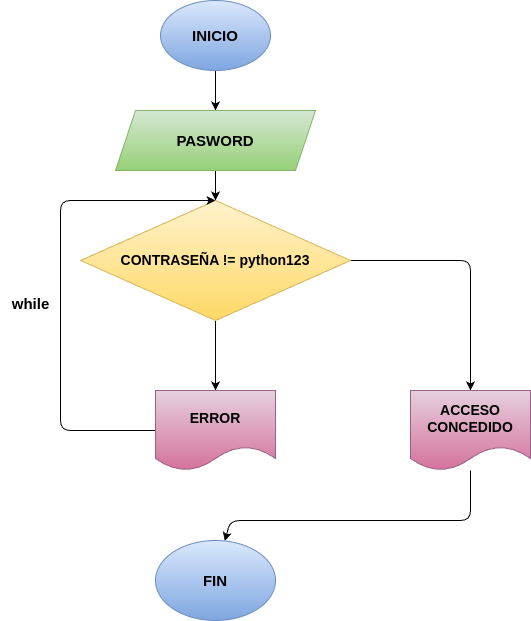
The draw.io diagram Ejercicio_1/diagrama.png in andrespinillacolegioguanenta/INTRUCCIONES_REP, before a commit. Source tidied: cells renumbered, new cells last; positions are measured from the earlier drawing's top-left corner, leaving out a move shared by most shapes. Source of this version:
```xml
<mxGraphModel>
  <root>
    <mxCell id="0" />
    <mxCell id="1" parent="0" />
    <mxCell id="2" style="edgeStyle=none;html=1;" parent="1" edge="1" source="3" target="5">
      <mxGeometry relative="1" as="geometry" />
    </mxCell>
    <mxCell id="3" value="&lt;span&gt;&lt;font&gt;INICIO&lt;/font&gt;&lt;/span&gt;" style="ellipse;whiteSpace=wrap;html=1;fontSize=15;fontStyle=1;fillColor=#dae8fc;gradientColor=#7ea6e0;strokeColor=#6c8ebf;" parent="1" vertex="1">
      <mxGeometry x="160" width="110" height="70" as="geometry" />
    </mxCell>
    <mxCell id="4" style="edgeStyle=none;html=1;" parent="1" edge="1" source="5" target="8">
      <mxGeometry relative="1" as="geometry" />
    </mxCell>
    <mxCell id="5" value="PASWORD" style="shape=parallelogram;perimeter=parallelogramPerimeter;whiteSpace=wrap;html=1;fixedSize=1;fontStyle=1;fontSize=15;fillColor=#d5e8d4;gradientColor=#97d077;strokeColor=#82b366;" parent="1" vertex="1">
      <mxGeometry x="115" y="110" width="200" height="60" as="geometry" />
    </mxCell>
    <mxCell id="6" style="edgeStyle=none;html=1;" parent="1" edge="1" source="8" target="10">
      <mxGeometry relative="1" as="geometry">
        <Array as="points">
          <mxPoint x="470" y="260" />
        </Array>
      </mxGeometry>
    </mxCell>
    <mxCell id="7" style="edgeStyle=none;html=1;" parent="1" edge="1" source="8" target="13">
      <mxGeometry relative="1" as="geometry" />
    </mxCell>
    <mxCell id="8" value="CONTRASEÑA != python123" style="rhombus;whiteSpace=wrap;html=1;fontStyle=1;fontSize=14;fillColor=#fff2cc;gradientColor=#ffd966;strokeColor=#d6b656;" parent="1" vertex="1">
      <mxGeometry x="80" y="200" width="270" height="120" as="geometry" />
    </mxCell>
    <mxCell id="9" style="edgeStyle=none;html=1;" parent="1" edge="1" source="10" target="11">
      <mxGeometry relative="1" as="geometry">
        <Array as="points">
          <mxPoint x="470" y="520" />
          <mxPoint x="230" y="520" />
        </Array>
      </mxGeometry>
    </mxCell>
    <mxCell id="10" value="ACCESO CONCEDIDO" style="shape=document;whiteSpace=wrap;html=1;boundedLbl=1;fontStyle=1;fontSize=14;fillColor=#e6d0de;gradientColor=#d5739d;strokeColor=#996185;" parent="1" vertex="1">
      <mxGeometry x="410" y="390" width="120" height="80" as="geometry" />
    </mxCell>
    <mxCell id="11" value="FIN" style="ellipse;whiteSpace=wrap;html=1;fontStyle=1;fontSize=15;fillColor=#dae8fc;gradientColor=#7ea6e0;strokeColor=#6c8ebf;" parent="1" vertex="1">
      <mxGeometry x="155" y="540" width="120" height="80" as="geometry" />
    </mxCell>
    <mxCell id="12" style="edgeStyle=none;html=1;entryX=0.5;entryY=0;entryDx=0;entryDy=0;" parent="1" edge="1" source="13" target="8">
      <mxGeometry relative="1" as="geometry">
        <Array as="points">
          <mxPoint x="60" y="430" />
          <mxPoint x="60" y="200" />
        </Array>
      </mxGeometry>
    </mxCell>
    <mxCell id="13" value="ERROR" style="shape=document;whiteSpace=wrap;html=1;boundedLbl=1;fontSize=14;fontStyle=1;fillColor=#e6d0de;gradientColor=#d5739d;strokeColor=#996185;" parent="1" vertex="1">
      <mxGeometry x="155" y="390" width="120" height="80" as="geometry" />
    </mxCell>
    <mxCell id="14" value="while" style="text;html=1;align=center;verticalAlign=middle;strokeColor=none;fillColor=none;fontStyle=1;fontSize=15;" parent="1" vertex="1">
      <mxGeometry y="288" width="60" height="30" as="geometry" />
    </mxCell>
  </root>
</mxGraphModel>
```
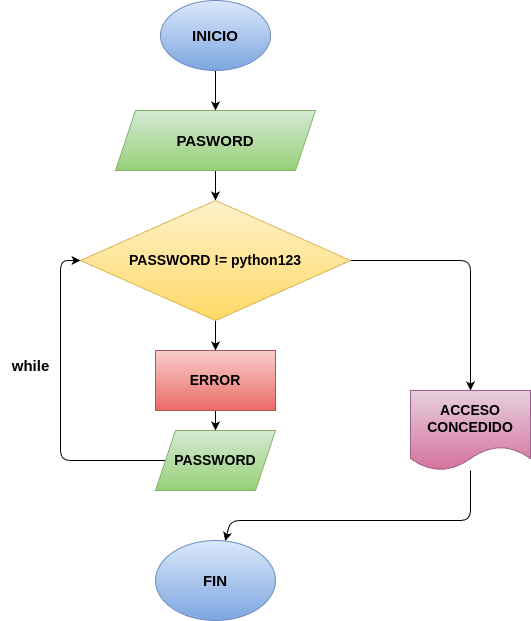
The same file after the commit.

The edit, as a diff of the source:
```diff
@@ -24,7 +24,7 @@
     <mxCell id="7" style="edgeStyle=none;html=1;" parent="1" edge="1" source="8" target="13">
       <mxGeometry relative="1" as="geometry" />
     </mxCell>
-    <mxCell id="8" value="CONTRASEÑA != python123" style="rhombus;whiteSpace=wrap;html=1;fontStyle=1;fontSize=14;fillColor=#fff2cc;gradientColor=#ffd966;strokeColor=#d6b656;" parent="1" vertex="1">
+    <mxCell id="8" value="PASSWORD != python123" style="rhombus;whiteSpace=wrap;html=1;fontStyle=1;fontSize=14;fillColor=#fff2cc;gradientColor=#ffd966;strokeColor=#d6b656;" parent="1" vertex="1">
       <mxGeometry x="80" y="200" width="270" height="120" as="geometry" />
     </mxCell>
     <mxCell id="9" style="edgeStyle=none;html=1;" parent="1" edge="1" source="10" target="11">
@@ -41,19 +41,25 @@
     <mxCell id="11" value="FIN" style="ellipse;whiteSpace=wrap;html=1;fontStyle=1;fontSize=15;fillColor=#dae8fc;gradientColor=#7ea6e0;strokeColor=#6c8ebf;" parent="1" vertex="1">
       <mxGeometry x="155" y="540" width="120" height="80" as="geometry" />
     </mxCell>
-    <mxCell id="12" style="edgeStyle=none;html=1;entryX=0.5;entryY=0;entryDx=0;entryDy=0;" parent="1" edge="1" source="13" target="8">
-      <mxGeometry relative="1" as="geometry">
-        <Array as="points">
-          <mxPoint x="60" y="430" />
-          <mxPoint x="60" y="200" />
-        </Array>
-      </mxGeometry>
-    </mxCell>
+    <mxCell id="14" value="while" style="text;html=1;align=center;verticalAlign=middle;strokeColor=none;fillColor=none;fontStyle=1;fontSize=15;" parent="1" vertex="1">
+      <mxGeometry y="350" width="60" height="30" as="geometry" />
+    </mxCell>
+    <mxCell id="15" style="edgeStyle=none;html=1;" parent="1" edge="1" source="13" target="17">
+      <mxGeometry relative="1" as="geometry" />
+    </mxCell>
-    <mxCell id="13" value="ERROR" style="shape=document;whiteSpace=wrap;html=1;boundedLbl=1;fontSize=14;fontStyle=1;fillColor=#e6d0de;gradientColor=#d5739d;strokeColor=#996185;" parent="1" vertex="1">
-      <mxGeometry x="155" y="390" width="120" height="80" as="geometry" />
+    <mxCell id="13" value="ERROR" style="rounded=0;whiteSpace=wrap;html=1;fontStyle=1;fontSize=14;fillColor=#f8cecc;gradientColor=#ea6b66;strokeColor=#b85450;" parent="1" vertex="1">
+      <mxGeometry x="155" y="350" width="120" height="60" as="geometry" />
     </mxCell>
-    <mxCell id="14" value="while" style="text;html=1;align=center;verticalAlign=middle;strokeColor=none;fillColor=none;fontStyle=1;fontSize=15;" parent="1" vertex="1">
-      <mxGeometry y="288" width="60" height="30" as="geometry" />
-    </mxCell>
+    <mxCell id="16" style="edgeStyle=none;html=1;entryX=0;entryY=0.5;entryDx=0;entryDy=0;" parent="1" edge="1" source="17" target="8">
+      <mxGeometry relative="1" as="geometry">
+        <Array as="points">
+          <mxPoint x="60" y="460" />
+          <mxPoint x="60" y="260" />
+        </Array>
+      </mxGeometry>
+    </mxCell>
+    <mxCell id="17" value="&lt;b&gt;&lt;font style=&quot;font-size: 14px;&quot;&gt;PASSWORD&lt;/font&gt;&lt;/b&gt;" style="shape=parallelogram;perimeter=parallelogramPerimeter;whiteSpace=wrap;html=1;fixedSize=1;fillColor=#d5e8d4;gradientColor=#97d077;strokeColor=#82b366;" parent="1" vertex="1">
+      <mxGeometry x="155" y="430" width="120" height="60" as="geometry" />
+    </mxCell>
   </root>
 </mxGraphModel>
```
